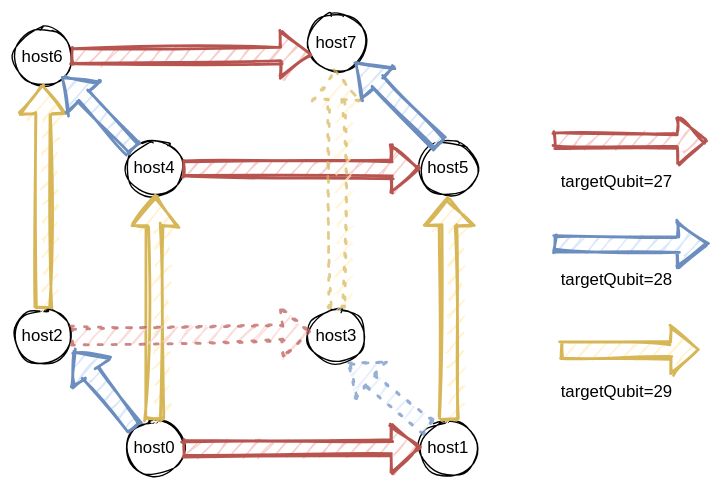
Earlier version of the draw.io export ASC-三维拓扑.svg (Pipepw/FigureBed). Source tidied: cells renumbered, new cells last; positions are measured from the earlier drawing's top-left corner, leaving out a move shared by most shapes.
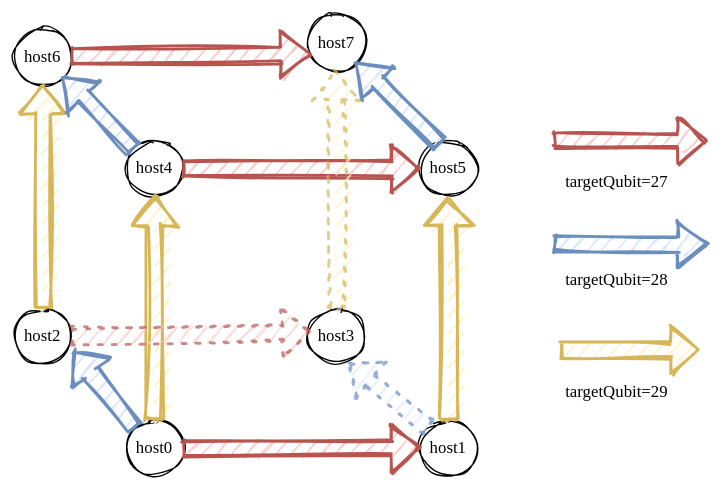
Above is the later version.

Change to the diagram source:
```diff
@@ -2,118 +2,118 @@
   <root>
     <mxCell id="0" />
     <mxCell id="1" parent="0" />
-    <mxCell id="2" style="ellipse;whiteSpace=wrap;html=1;shadow=0;sketch=1;strokeColor=#000000;" parent="1" vertex="1">
+    <mxCell id="2" style="ellipse;whiteSpace=wrap;html=1;shadow=0;sketch=1;strokeColor=#000000;fontFamily=Times New Roman;" parent="1" vertex="1">
       <mxGeometry y="10" width="40" height="40" as="geometry" />
     </mxCell>
-    <mxCell id="3" style="ellipse;whiteSpace=wrap;html=1;shadow=0;sketch=1;strokeColor=#000000;" parent="1" vertex="1">
+    <mxCell id="3" style="ellipse;whiteSpace=wrap;html=1;shadow=0;sketch=1;strokeColor=#000000;fontFamily=Times New Roman;" parent="1" vertex="1">
       <mxGeometry x="210" width="40" height="40" as="geometry" />
     </mxCell>
-    <mxCell id="4" style="ellipse;whiteSpace=wrap;html=1;shadow=0;sketch=1;strokeColor=#000000;" parent="1" vertex="1">
+    <mxCell id="4" style="ellipse;whiteSpace=wrap;html=1;shadow=0;sketch=1;strokeColor=#000000;fontFamily=Times New Roman;" parent="1" vertex="1">
       <mxGeometry x="80" y="90" width="40" height="40" as="geometry" />
     </mxCell>
-    <mxCell id="5" style="ellipse;whiteSpace=wrap;html=1;shadow=0;sketch=1;strokeColor=#000000;" parent="1" vertex="1">
+    <mxCell id="5" style="ellipse;whiteSpace=wrap;html=1;shadow=0;sketch=1;strokeColor=#000000;fontFamily=Times New Roman;" parent="1" vertex="1">
       <mxGeometry x="290" y="90" width="40" height="40" as="geometry" />
     </mxCell>
-    <mxCell id="6" style="ellipse;whiteSpace=wrap;html=1;shadow=0;sketch=1;strokeColor=#000000;" parent="1" vertex="1">
+    <mxCell id="6" style="ellipse;whiteSpace=wrap;html=1;shadow=0;sketch=1;strokeColor=#000000;fontFamily=Times New Roman;" parent="1" vertex="1">
       <mxGeometry y="210" width="40" height="40" as="geometry" />
     </mxCell>
-    <mxCell id="7" style="ellipse;whiteSpace=wrap;html=1;shadow=0;sketch=1;strokeColor=#000000;" parent="1" vertex="1">
+    <mxCell id="7" style="ellipse;whiteSpace=wrap;html=1;shadow=0;sketch=1;strokeColor=#000000;fontFamily=Times New Roman;" parent="1" vertex="1">
       <mxGeometry x="80" y="290" width="40" height="40" as="geometry" />
     </mxCell>
-    <mxCell id="8" style="ellipse;whiteSpace=wrap;html=1;shadow=0;sketch=1;strokeColor=#000000;" parent="1" vertex="1">
+    <mxCell id="8" style="ellipse;whiteSpace=wrap;html=1;shadow=0;sketch=1;strokeColor=#000000;fontFamily=Times New Roman;" parent="1" vertex="1">
       <mxGeometry x="290" y="290" width="40" height="40" as="geometry" />
     </mxCell>
-    <mxCell id="9" style="ellipse;whiteSpace=wrap;html=1;shadow=0;sketch=1;strokeColor=#000000;" parent="1" vertex="1">
+    <mxCell id="9" style="ellipse;whiteSpace=wrap;html=1;shadow=0;sketch=1;strokeColor=#000000;fontFamily=Times New Roman;" parent="1" vertex="1">
       <mxGeometry x="210" y="210" width="40" height="40" as="geometry" />
     </mxCell>
-    <mxCell id="10" style="endArrow=block;html=1;strokeWidth=2;entryX=0;entryY=0.5;entryDx=0;entryDy=0;exitX=1;exitY=0.5;exitDx=0;exitDy=0;sketch=1;fillColor=#f8cecc;strokeColor=#b85450;shape=flexArrow;" parent="1" edge="1" source="4" target="5">
+    <mxCell id="10" style="endArrow=block;html=1;strokeWidth=2;entryX=0;entryY=0.5;entryDx=0;entryDy=0;exitX=1;exitY=0.5;exitDx=0;exitDy=0;sketch=1;fillColor=#f8cecc;strokeColor=#b85450;shape=flexArrow;fontFamily=Times New Roman;" parent="1" edge="1" source="4" target="5">
       <mxGeometry relative="1" as="geometry" />
     </mxCell>
-    <mxCell id="11" style="endArrow=block;html=1;strokeWidth=2;entryX=0.5;entryY=1;entryDx=0;entryDy=0;exitX=0.5;exitY=0;exitDx=0;exitDy=0;sketch=1;fillColor=#fff2cc;strokeColor=#d6b656;shape=flexArrow;startArrow=none;startFill=0;" parent="1" edge="1" source="8" target="5">
+    <mxCell id="11" style="endArrow=block;html=1;strokeWidth=2;entryX=0.5;entryY=1;entryDx=0;entryDy=0;exitX=0.5;exitY=0;exitDx=0;exitDy=0;sketch=1;fillColor=#fff2cc;strokeColor=#d6b656;shape=flexArrow;startArrow=none;startFill=0;fontFamily=Times New Roman;" parent="1" edge="1" source="8" target="5">
       <mxGeometry relative="1" as="geometry" />
     </mxCell>
-    <mxCell id="12" style="endArrow=block;html=1;strokeWidth=2;entryX=0.025;entryY=0.7;entryDx=0;entryDy=0;exitX=1;exitY=0.5;exitDx=0;exitDy=0;entryPerimeter=0;sketch=1;fillColor=#f8cecc;strokeColor=#b85450;shape=flexArrow;" parent="1" edge="1" source="2" target="3">
+    <mxCell id="12" style="endArrow=block;html=1;strokeWidth=2;entryX=0.025;entryY=0.7;entryDx=0;entryDy=0;exitX=1;exitY=0.5;exitDx=0;exitDy=0;entryPerimeter=0;sketch=1;fillColor=#f8cecc;strokeColor=#b85450;shape=flexArrow;fontFamily=Times New Roman;" parent="1" edge="1" source="2" target="3">
       <mxGeometry relative="1" as="geometry" />
     </mxCell>
-    <mxCell id="13" style="endArrow=none;html=1;strokeWidth=2;entryX=0.5;entryY=0;entryDx=0;entryDy=0;exitX=0.5;exitY=1;exitDx=0;exitDy=0;sketch=1;fillColor=#fff2cc;strokeColor=#d6b656;shape=flexArrow;endFill=0;startArrow=block;" parent="1" edge="1" source="4" target="7">
+    <mxCell id="13" style="endArrow=none;html=1;strokeWidth=2;entryX=0.5;entryY=0;entryDx=0;entryDy=0;exitX=0.5;exitY=1;exitDx=0;exitDy=0;sketch=1;fillColor=#fff2cc;strokeColor=#d6b656;shape=flexArrow;endFill=0;startArrow=block;fontFamily=Times New Roman;" parent="1" edge="1" source="4" target="7">
       <mxGeometry relative="1" as="geometry" />
     </mxCell>
-    <mxCell id="14" style="endArrow=block;html=1;strokeWidth=2;entryX=0;entryY=0.5;entryDx=0;entryDy=0;exitX=1;exitY=0.5;exitDx=0;exitDy=0;sketch=1;fillColor=#f8cecc;strokeColor=#b85450;shape=flexArrow;" parent="1" edge="1" source="7" target="8">
+    <mxCell id="14" style="endArrow=block;html=1;strokeWidth=2;entryX=0;entryY=0.5;entryDx=0;entryDy=0;exitX=1;exitY=0.5;exitDx=0;exitDy=0;sketch=1;fillColor=#f8cecc;strokeColor=#b85450;shape=flexArrow;fontFamily=Times New Roman;" parent="1" edge="1" source="7" target="8">
       <mxGeometry relative="1" as="geometry" />
     </mxCell>
-    <mxCell id="15" style="endArrow=none;html=1;strokeWidth=2;entryX=0;entryY=0;entryDx=0;entryDy=0;exitX=1.025;exitY=0.75;exitDx=0;exitDy=0;exitPerimeter=0;sketch=1;fillColor=#dae8fc;strokeColor=#6c8ebf;shape=flexArrow;endFill=0;startArrow=block;" parent="1" edge="1" source="6" target="7">
+    <mxCell id="15" style="endArrow=none;html=1;strokeWidth=2;entryX=0;entryY=0;entryDx=0;entryDy=0;exitX=1.025;exitY=0.75;exitDx=0;exitDy=0;exitPerimeter=0;sketch=1;fillColor=#dae8fc;strokeColor=#6c8ebf;shape=flexArrow;endFill=0;startArrow=block;fontFamily=Times New Roman;" parent="1" edge="1" source="6" target="7">
       <mxGeometry relative="1" as="geometry" />
     </mxCell>
-    <mxCell id="16" style="endArrow=none;html=1;strokeWidth=2;entryX=0.5;entryY=0;entryDx=0;entryDy=0;exitX=0.5;exitY=1;exitDx=0;exitDy=0;sketch=1;fillColor=#fff2cc;strokeColor=#d6b656;shape=flexArrow;endFill=0;startArrow=block;" parent="1" edge="1" source="2" target="6">
+    <mxCell id="16" style="endArrow=none;html=1;strokeWidth=2;entryX=0.5;entryY=0;entryDx=0;entryDy=0;exitX=0.5;exitY=1;exitDx=0;exitDy=0;sketch=1;fillColor=#fff2cc;strokeColor=#d6b656;shape=flexArrow;endFill=0;startArrow=block;fontFamily=Times New Roman;" parent="1" edge="1" source="2" target="6">
       <mxGeometry relative="1" as="geometry" />
     </mxCell>
-    <mxCell id="17" style="endArrow=block;html=1;strokeWidth=2;entryX=1;entryY=1;entryDx=0;entryDy=0;exitX=0;exitY=0;exitDx=0;exitDy=0;sketch=1;fillColor=#dae8fc;strokeColor=#6c8ebf;shape=flexArrow;endFill=0;startArrow=none;startFill=0;" parent="1" edge="1" source="4" target="2">
+    <mxCell id="17" style="endArrow=block;html=1;strokeWidth=2;entryX=1;entryY=1;entryDx=0;entryDy=0;exitX=0;exitY=0;exitDx=0;exitDy=0;sketch=1;fillColor=#dae8fc;strokeColor=#6c8ebf;shape=flexArrow;endFill=0;startArrow=none;startFill=0;fontFamily=Times New Roman;" parent="1" edge="1" source="4" target="2">
       <mxGeometry relative="1" as="geometry" />
     </mxCell>
-    <mxCell id="18" style="endArrow=none;html=1;strokeWidth=2;entryX=0.35;entryY=0.075;entryDx=0;entryDy=0;exitX=1;exitY=1;exitDx=0;exitDy=0;entryPerimeter=0;sketch=1;fillColor=#dae8fc;strokeColor=#6c8ebf;shape=flexArrow;endFill=0;startArrow=block;" parent="1" edge="1" source="3" target="5">
+    <mxCell id="18" style="endArrow=none;html=1;strokeWidth=2;entryX=0.35;entryY=0.075;entryDx=0;entryDy=0;exitX=1;exitY=1;exitDx=0;exitDy=0;entryPerimeter=0;sketch=1;fillColor=#dae8fc;strokeColor=#6c8ebf;shape=flexArrow;endFill=0;startArrow=block;fontFamily=Times New Roman;" parent="1" edge="1" source="3" target="5">
       <mxGeometry relative="1" as="geometry" />
     </mxCell>
-    <mxCell id="19" style="endArrow=none;html=1;strokeWidth=2;entryX=0;entryY=0;entryDx=0;entryDy=0;exitX=0.7;exitY=0.95;exitDx=0;exitDy=0;exitPerimeter=0;sketch=1;dashed=1;fillColor=#dae8fc;strokeColor=#6c8ebf;shape=flexArrow;endFill=0;startArrow=block;opacity=70;dashPattern=1 4;" parent="1" edge="1" source="9" target="8">
+    <mxCell id="19" style="endArrow=none;html=1;strokeWidth=2;entryX=0;entryY=0;entryDx=0;entryDy=0;exitX=0.7;exitY=0.95;exitDx=0;exitDy=0;exitPerimeter=0;sketch=1;dashed=1;fillColor=#dae8fc;strokeColor=#6c8ebf;shape=flexArrow;endFill=0;startArrow=block;opacity=70;dashPattern=1 4;fontFamily=Times New Roman;" parent="1" edge="1" source="9" target="8">
       <mxGeometry relative="1" as="geometry" />
     </mxCell>
-    <mxCell id="20" value="host0" style="text;html=1;strokeColor=none;fillColor=none;align=center;verticalAlign=middle;whiteSpace=wrap;rounded=0;shadow=0;sketch=1;" parent="1" vertex="1">
+    <mxCell id="20" value="host0" style="text;html=1;strokeColor=none;fillColor=none;align=center;verticalAlign=middle;whiteSpace=wrap;rounded=0;shadow=0;sketch=1;fontFamily=Times New Roman;" parent="1" vertex="1">
       <mxGeometry x="80" y="300" width="40" height="20" as="geometry" />
     </mxCell>
-    <mxCell id="21" value="host1" style="text;html=1;strokeColor=none;fillColor=none;align=center;verticalAlign=middle;whiteSpace=wrap;rounded=0;shadow=0;sketch=1;" parent="1" vertex="1">
+    <mxCell id="21" value="host1" style="text;html=1;strokeColor=none;fillColor=none;align=center;verticalAlign=middle;whiteSpace=wrap;rounded=0;shadow=0;sketch=1;fontFamily=Times New Roman;" parent="1" vertex="1">
       <mxGeometry x="290" y="300" width="40" height="20" as="geometry" />
     </mxCell>
-    <mxCell id="22" value="host3" style="text;html=1;strokeColor=none;fillColor=none;align=center;verticalAlign=middle;whiteSpace=wrap;rounded=0;shadow=0;sketch=1;" parent="1" vertex="1">
+    <mxCell id="22" value="host3" style="text;html=1;strokeColor=none;fillColor=none;align=center;verticalAlign=middle;whiteSpace=wrap;rounded=0;shadow=0;sketch=1;fontFamily=Times New Roman;" parent="1" vertex="1">
       <mxGeometry x="210" y="220" width="40" height="20" as="geometry" />
     </mxCell>
-    <mxCell id="23" value="host2" style="text;html=1;strokeColor=none;fillColor=none;align=center;verticalAlign=middle;whiteSpace=wrap;rounded=0;shadow=0;sketch=1;" parent="1" vertex="1">
+    <mxCell id="23" value="host2" style="text;html=1;strokeColor=none;fillColor=none;align=center;verticalAlign=middle;whiteSpace=wrap;rounded=0;shadow=0;sketch=1;fontFamily=Times New Roman;" parent="1" vertex="1">
       <mxGeometry y="220" width="40" height="20" as="geometry" />
     </mxCell>
-    <mxCell id="24" value="host4" style="text;html=1;strokeColor=none;fillColor=none;align=center;verticalAlign=middle;whiteSpace=wrap;rounded=0;shadow=0;sketch=1;" parent="1" vertex="1">
+    <mxCell id="24" value="host4" style="text;html=1;strokeColor=none;fillColor=none;align=center;verticalAlign=middle;whiteSpace=wrap;rounded=0;shadow=0;sketch=1;fontFamily=Times New Roman;" parent="1" vertex="1">
       <mxGeometry x="80" y="100" width="40" height="20" as="geometry" />
     </mxCell>
-    <mxCell id="25" value="host5" style="text;html=1;strokeColor=none;fillColor=none;align=center;verticalAlign=middle;whiteSpace=wrap;rounded=0;shadow=0;sketch=1;" parent="1" vertex="1">
+    <mxCell id="25" value="host5" style="text;html=1;strokeColor=none;fillColor=none;align=center;verticalAlign=middle;whiteSpace=wrap;rounded=0;shadow=0;sketch=1;fontFamily=Times New Roman;" parent="1" vertex="1">
       <mxGeometry x="290" y="100" width="40" height="20" as="geometry" />
     </mxCell>
-    <mxCell id="26" value="host7" style="text;html=1;strokeColor=none;fillColor=none;align=center;verticalAlign=middle;whiteSpace=wrap;rounded=0;shadow=0;sketch=1;" parent="1" vertex="1">
+    <mxCell id="26" value="host7" style="text;html=1;strokeColor=none;fillColor=none;align=center;verticalAlign=middle;whiteSpace=wrap;rounded=0;shadow=0;sketch=1;fontFamily=Times New Roman;" parent="1" vertex="1">
       <mxGeometry x="210" y="10" width="40" height="20" as="geometry" />
     </mxCell>
-    <mxCell id="27" value="host6" style="text;html=1;strokeColor=none;fillColor=none;align=center;verticalAlign=middle;whiteSpace=wrap;rounded=0;shadow=0;sketch=1;" parent="1" vertex="1">
+    <mxCell id="27" value="host6" style="text;html=1;strokeColor=none;fillColor=none;align=center;verticalAlign=middle;whiteSpace=wrap;rounded=0;shadow=0;sketch=1;fontFamily=Times New Roman;" parent="1" vertex="1">
       <mxGeometry y="20" width="40" height="20" as="geometry" />
     </mxCell>
-    <mxCell id="28" style="endArrow=block;html=1;strokeWidth=2;entryX=0.5;entryY=1;entryDx=0;entryDy=0;sketch=1;dashed=1;fillColor=#fff2cc;strokeColor=#d6b656;shape=flexArrow;opacity=70;dashPattern=1 4;exitX=0.5;exitY=0;exitDx=0;exitDy=0;" parent="1" edge="1" source="9" target="3">
+    <mxCell id="28" style="endArrow=block;html=1;strokeWidth=2;entryX=0.5;entryY=1;entryDx=0;entryDy=0;sketch=1;dashed=1;fillColor=#fff2cc;strokeColor=#d6b656;shape=flexArrow;opacity=70;dashPattern=1 4;exitX=0.5;exitY=0;exitDx=0;exitDy=0;fontFamily=Times New Roman;" parent="1" edge="1" source="9" target="3">
       <mxGeometry relative="1" as="geometry" />
     </mxCell>
-    <mxCell id="29" style="endArrow=block;html=1;strokeWidth=2;entryX=0.05;entryY=0.675;entryDx=0;entryDy=0;sketch=1;dashed=1;fillColor=#f8cecc;strokeColor=#b85450;shape=flexArrow;startArrow=none;startFill=0;endFill=0;entryPerimeter=0;opacity=70;dashPattern=1 4;exitX=1;exitY=0.5;exitDx=0;exitDy=0;" parent="1" edge="1" source="6">
+    <mxCell id="29" style="endArrow=block;html=1;strokeWidth=2;entryX=0.05;entryY=0.675;entryDx=0;entryDy=0;sketch=1;dashed=1;fillColor=#f8cecc;strokeColor=#b85450;shape=flexArrow;startArrow=none;startFill=0;endFill=0;entryPerimeter=0;opacity=70;dashPattern=1 4;exitX=1;exitY=0.5;exitDx=0;exitDy=0;fontFamily=Times New Roman;" parent="1" edge="1" source="6">
       <mxGeometry relative="1" as="geometry">
         <mxPoint x="212" y="227" as="targetPoint" />
       </mxGeometry>
     </mxCell>
-    <mxCell id="30" style="endArrow=classic;html=1;strokeWidth=2;exitX=1;exitY=0.5;exitDx=0;exitDy=0;fillColor=#f8cecc;strokeColor=#b85450;sketch=1;shape=flexArrow;" parent="1" edge="1">
+    <mxCell id="30" style="endArrow=classic;html=1;strokeWidth=2;exitX=1;exitY=0.5;exitDx=0;exitDy=0;fillColor=#f8cecc;strokeColor=#b85450;sketch=1;shape=flexArrow;fontFamily=Times New Roman;" parent="1" edge="1">
       <mxGeometry relative="1" as="geometry">
         <mxPoint x="385" y="90" as="sourcePoint" />
         <mxPoint x="495" y="90" as="targetPoint" />
       </mxGeometry>
     </mxCell>
-    <mxCell id="31" value="targetQubit=28&lt;span id=&quot;transmark&quot; style=&quot;display: none ; width: 0px ; height: 0px&quot;&gt;&lt;/span&gt;&lt;br&gt;&lt;span id=&quot;transmark&quot; style=&quot;display: none ; width: 0px ; height: 0px&quot;&gt;&lt;/span&gt;&lt;span id=&quot;transmark&quot; style=&quot;display: none ; width: 0px ; height: 0px&quot;&gt;&lt;/span&gt;&lt;span id=&quot;transmark&quot; style=&quot;display: none ; width: 0px ; height: 0px&quot;&gt;&lt;/span&gt;&lt;span id=&quot;transmark&quot; style=&quot;display: none ; width: 0px ; height: 0px&quot;&gt;&lt;/span&gt;&lt;span id=&quot;transmark&quot; style=&quot;display: none ; width: 0px ; height: 0px&quot;&gt;&lt;/span&gt;" style="text;html=1;align=center;verticalAlign=middle;" parent="1" vertex="1">
-      <mxGeometry x="380" y="180" width="100" height="20" as="geometry" />
+    <mxCell id="31" value="targetQubit=28&lt;span id=&quot;transmark&quot; style=&quot;display: none ; width: 0px ; height: 0px&quot;&gt;&lt;/span&gt;&lt;br&gt;&lt;span id=&quot;transmark&quot; style=&quot;display: none ; width: 0px ; height: 0px&quot;&gt;&lt;/span&gt;&lt;span id=&quot;transmark&quot; style=&quot;display: none ; width: 0px ; height: 0px&quot;&gt;&lt;/span&gt;&lt;span id=&quot;transmark&quot; style=&quot;display: none ; width: 0px ; height: 0px&quot;&gt;&lt;/span&gt;&lt;span id=&quot;transmark&quot; style=&quot;display: none ; width: 0px ; height: 0px&quot;&gt;&lt;/span&gt;&lt;span id=&quot;transmark&quot; style=&quot;display: none ; width: 0px ; height: 0px&quot;&gt;&lt;/span&gt;" style="text;html=1;align=center;verticalAlign=middle;fontFamily=Times New Roman;" parent="1" vertex="1">
+      <mxGeometry x="385" y="180" width="90" height="20" as="geometry" />
     </mxCell>
-    <mxCell id="32" value="targetQubit=27&lt;br&gt;&lt;span id=&quot;transmark&quot; style=&quot;display: none ; width: 0px ; height: 0px&quot;&gt;&lt;/span&gt;&lt;span id=&quot;transmark&quot; style=&quot;display: none ; width: 0px ; height: 0px&quot;&gt;&lt;/span&gt;&lt;span id=&quot;transmark&quot; style=&quot;display: none ; width: 0px ; height: 0px&quot;&gt;&lt;/span&gt;&lt;span id=&quot;transmark&quot; style=&quot;display: none ; width: 0px ; height: 0px&quot;&gt;&lt;/span&gt;&lt;span id=&quot;transmark&quot; style=&quot;display: none ; width: 0px ; height: 0px&quot;&gt;&lt;/span&gt;&lt;span id=&quot;transmark&quot; style=&quot;display: none ; width: 0px ; height: 0px&quot;&gt;&lt;/span&gt;&lt;span id=&quot;transmark&quot; style=&quot;display: none ; width: 0px ; height: 0px&quot;&gt;&lt;/span&gt;" style="text;html=1;align=center;verticalAlign=middle;" parent="1" vertex="1">
-      <mxGeometry x="380" y="110" width="100" height="20" as="geometry" />
+    <mxCell id="32" value="targetQubit=27&lt;br&gt;&lt;span id=&quot;transmark&quot; style=&quot;display: none ; width: 0px ; height: 0px&quot;&gt;&lt;/span&gt;&lt;span id=&quot;transmark&quot; style=&quot;display: none ; width: 0px ; height: 0px&quot;&gt;&lt;/span&gt;&lt;span id=&quot;transmark&quot; style=&quot;display: none ; width: 0px ; height: 0px&quot;&gt;&lt;/span&gt;&lt;span id=&quot;transmark&quot; style=&quot;display: none ; width: 0px ; height: 0px&quot;&gt;&lt;/span&gt;&lt;span id=&quot;transmark&quot; style=&quot;display: none ; width: 0px ; height: 0px&quot;&gt;&lt;/span&gt;&lt;span id=&quot;transmark&quot; style=&quot;display: none ; width: 0px ; height: 0px&quot;&gt;&lt;/span&gt;&lt;span id=&quot;transmark&quot; style=&quot;display: none ; width: 0px ; height: 0px&quot;&gt;&lt;/span&gt;" style="text;html=1;align=center;verticalAlign=middle;fontFamily=Times New Roman;" parent="1" vertex="1">
+      <mxGeometry x="385" y="110" width="90" height="20" as="geometry" />
     </mxCell>
-    <mxCell id="33" style="endArrow=classic;html=1;strokeWidth=2;fillColor=#dae8fc;strokeColor=#6c8ebf;sketch=1;shape=flexArrow;" parent="1" edge="1">
+    <mxCell id="33" style="endArrow=classic;html=1;strokeWidth=2;fillColor=#dae8fc;strokeColor=#6c8ebf;sketch=1;shape=flexArrow;fontFamily=Times New Roman;" parent="1" edge="1">
       <mxGeometry relative="1" as="geometry">
         <mxPoint x="385" y="164" as="sourcePoint" />
         <mxPoint x="495" y="164" as="targetPoint" />
       </mxGeometry>
     </mxCell>
-    <mxCell id="34" style="endArrow=block;html=1;strokeWidth=2;sketch=1;fillColor=#fff2cc;strokeColor=#d6b656;shape=flexArrow;startArrow=none;startFill=0;" parent="1" edge="1">
+    <mxCell id="34" style="endArrow=block;html=1;strokeWidth=2;sketch=1;fillColor=#fff2cc;strokeColor=#d6b656;shape=flexArrow;startArrow=none;startFill=0;fontFamily=Times New Roman;" parent="1" edge="1">
       <mxGeometry relative="1" as="geometry">
         <mxPoint x="390" y="240" as="sourcePoint" />
         <mxPoint x="490" y="240" as="targetPoint" />
       </mxGeometry>
     </mxCell>
-    <mxCell id="35" value="targetQubit=29&lt;span id=&quot;transmark&quot; style=&quot;display: none ; width: 0px ; height: 0px&quot;&gt;&lt;/span&gt;&lt;br&gt;&lt;span id=&quot;transmark&quot; style=&quot;display: none ; width: 0px ; height: 0px&quot;&gt;&lt;/span&gt;&lt;span id=&quot;transmark&quot; style=&quot;display: none ; width: 0px ; height: 0px&quot;&gt;&lt;/span&gt;&lt;span id=&quot;transmark&quot; style=&quot;display: none ; width: 0px ; height: 0px&quot;&gt;&lt;/span&gt;&lt;span id=&quot;transmark&quot; style=&quot;display: none ; width: 0px ; height: 0px&quot;&gt;&lt;/span&gt;&lt;span id=&quot;transmark&quot; style=&quot;display: none ; width: 0px ; height: 0px&quot;&gt;&lt;/span&gt;&lt;span id=&quot;transmark&quot; style=&quot;display: none ; width: 0px ; height: 0px&quot;&gt;&lt;/span&gt;" style="text;html=1;align=center;verticalAlign=middle;" parent="1" vertex="1">
-      <mxGeometry x="380" y="260" width="100" height="20" as="geometry" />
+    <mxCell id="35" value="targetQubit=29&lt;span id=&quot;transmark&quot; style=&quot;display: none ; width: 0px ; height: 0px&quot;&gt;&lt;/span&gt;&lt;br&gt;&lt;span id=&quot;transmark&quot; style=&quot;display: none ; width: 0px ; height: 0px&quot;&gt;&lt;/span&gt;&lt;span id=&quot;transmark&quot; style=&quot;display: none ; width: 0px ; height: 0px&quot;&gt;&lt;/span&gt;&lt;span id=&quot;transmark&quot; style=&quot;display: none ; width: 0px ; height: 0px&quot;&gt;&lt;/span&gt;&lt;span id=&quot;transmark&quot; style=&quot;display: none ; width: 0px ; height: 0px&quot;&gt;&lt;/span&gt;&lt;span id=&quot;transmark&quot; style=&quot;display: none ; width: 0px ; height: 0px&quot;&gt;&lt;/span&gt;&lt;span id=&quot;transmark&quot; style=&quot;display: none ; width: 0px ; height: 0px&quot;&gt;&lt;/span&gt;" style="text;html=1;align=center;verticalAlign=middle;fontFamily=Times New Roman;" parent="1" vertex="1">
+      <mxGeometry x="385" y="260" width="90" height="20" as="geometry" />
     </mxCell>
   </root>
 </mxGraphModel>
```
